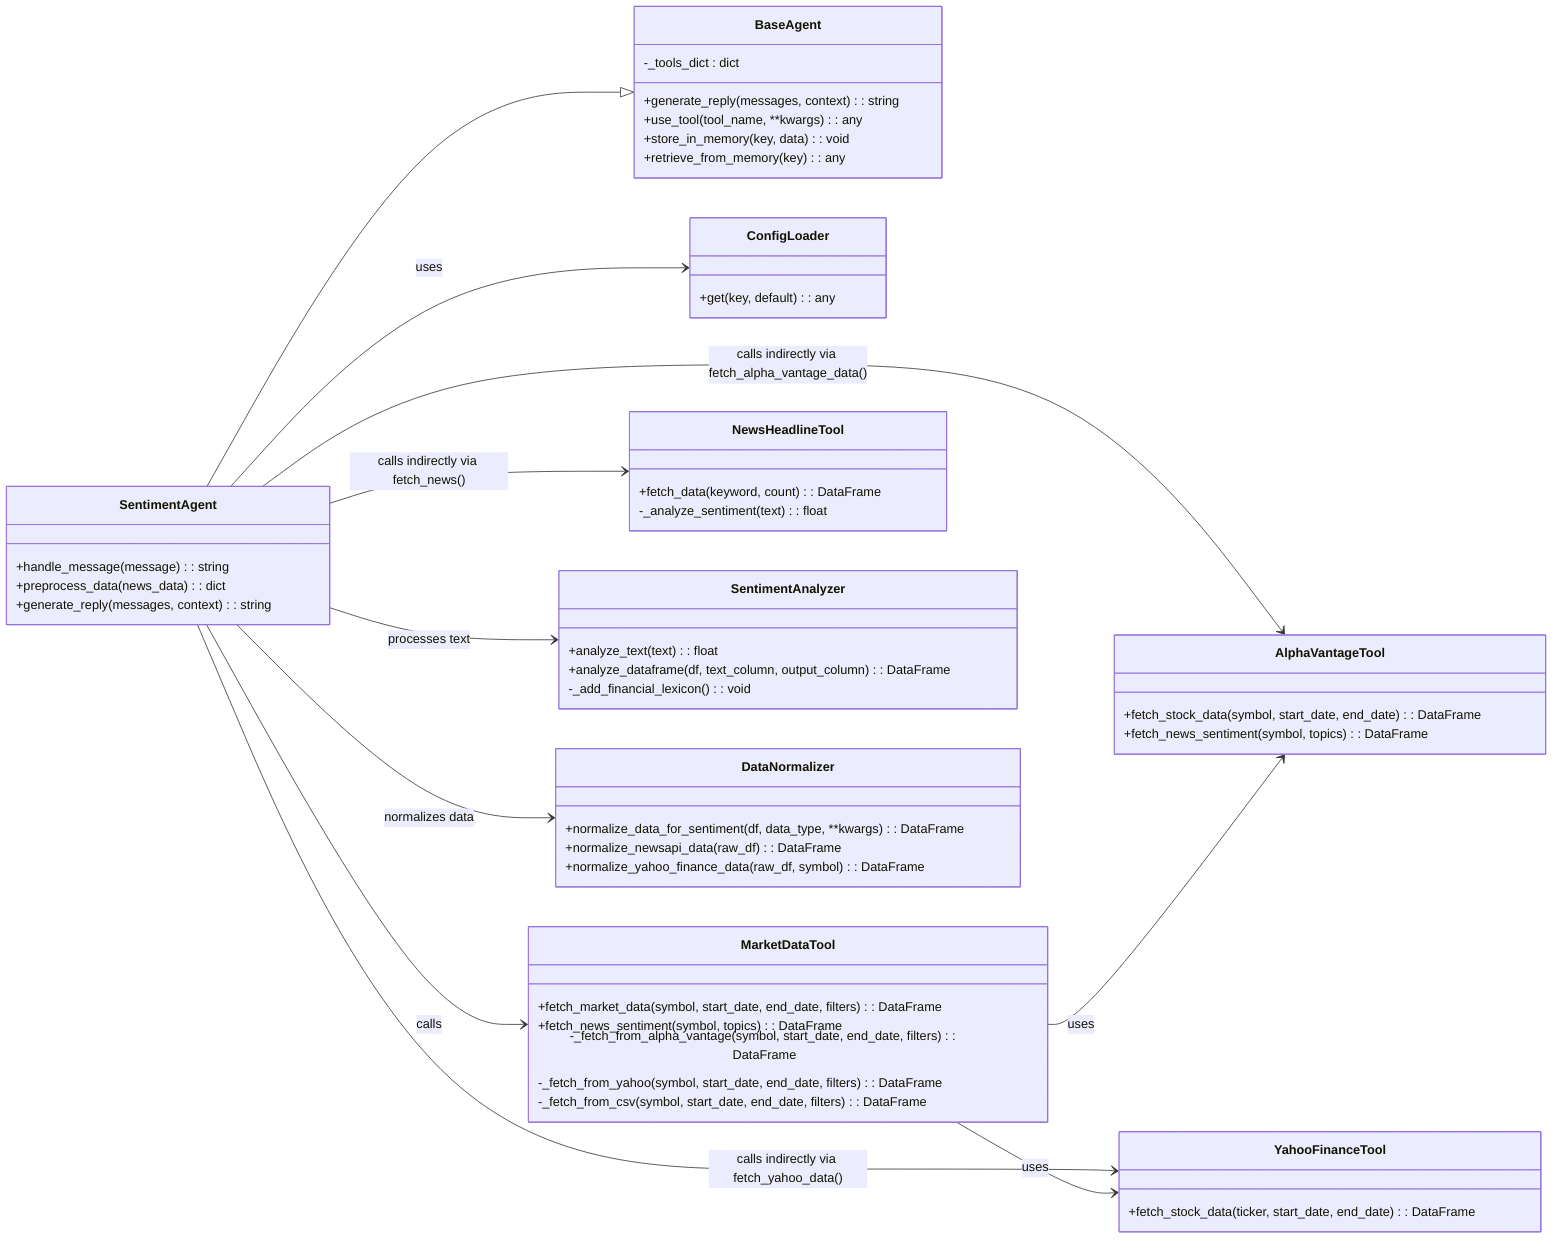
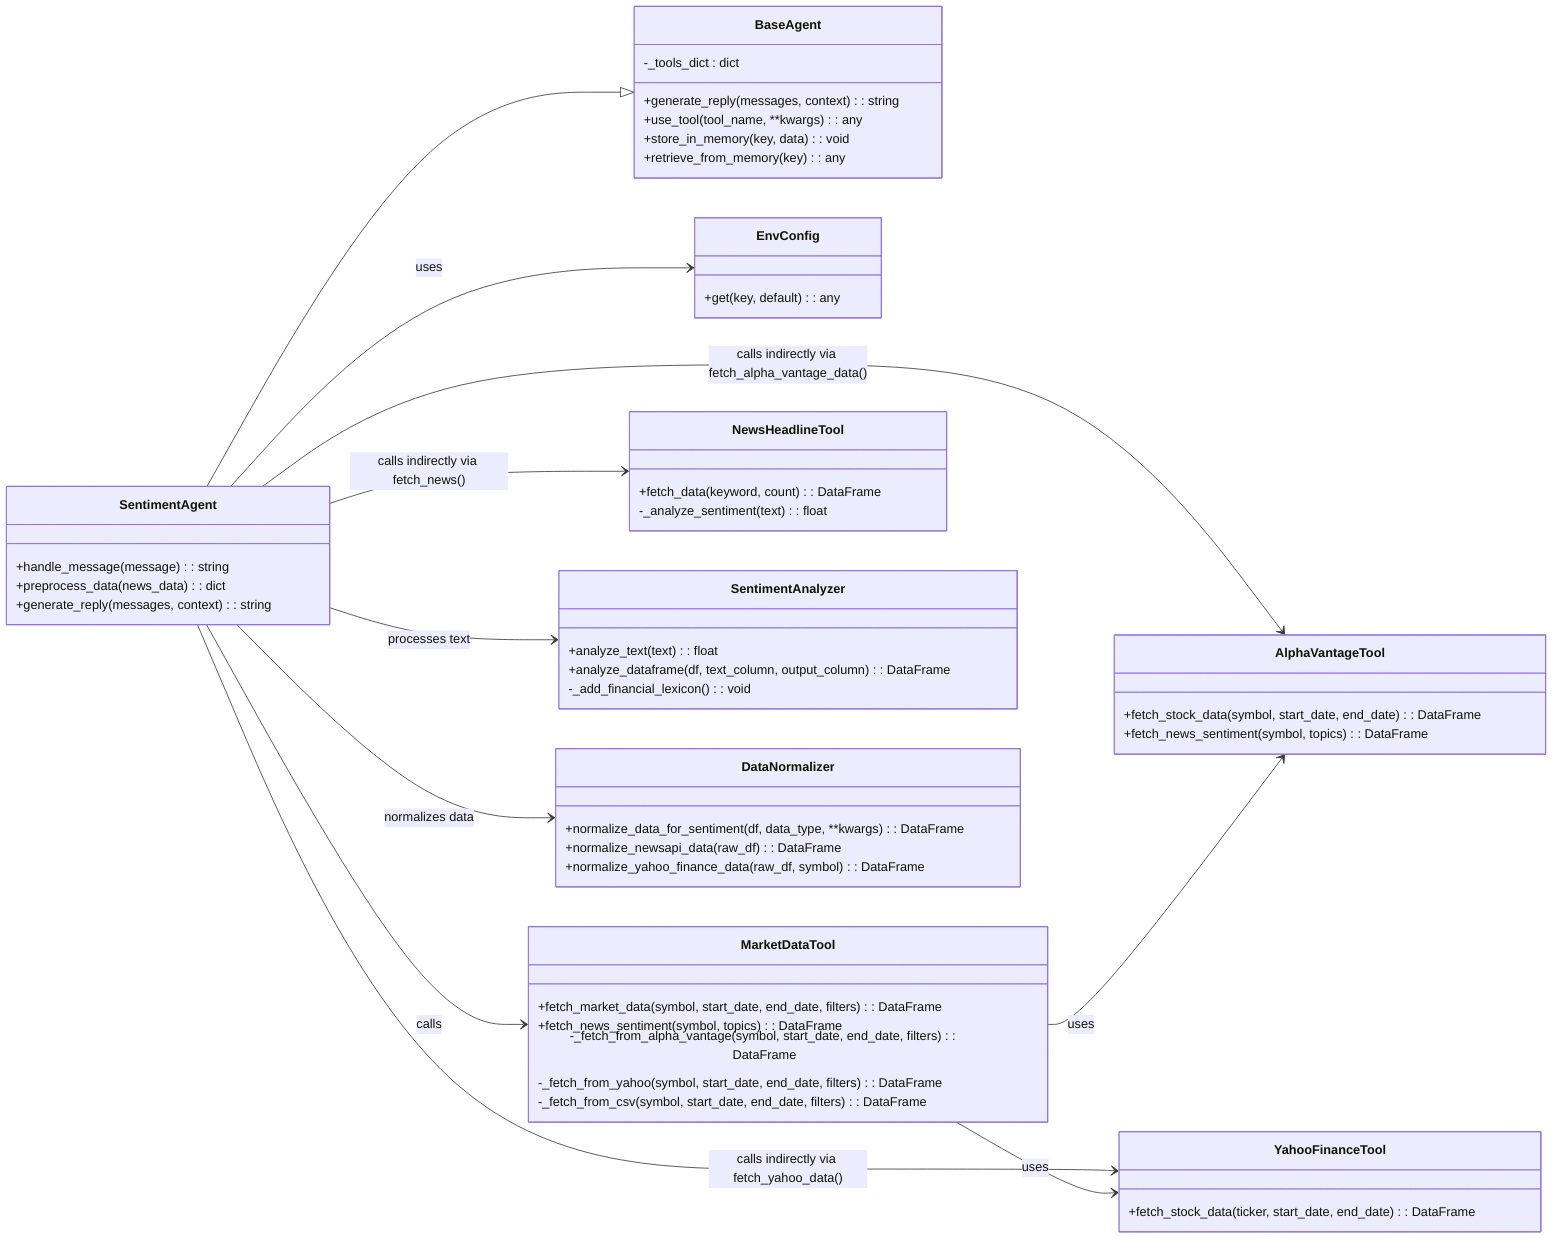
classDiagram
    direction LR

    %% Base Classes
    class BaseAgent {
      +generate_reply(messages, context) : string
      +use_tool(tool_name, **kwargs) : any
      +store_in_memory(key, data) : void
      +retrieve_from_memory(key) : any
      -_tools_dict : dict
    }

    class SentimentAgent {
      +handle_message(message) : string
      +preprocess_data(news_data) : dict
      +generate_reply(messages, context) : string
    }
    SentimentAgent --|> BaseAgent

    %% Tools and Utilities
-     class ConfigLoader {
+     class EnvConfig {
      +get(key, default) : any
    }

    class MarketDataTool {
      +fetch_market_data(symbol, start_date, end_date, filters) : DataFrame
      +fetch_news_sentiment(symbol, topics) : DataFrame
      -_fetch_from_alpha_vantage(symbol, start_date, end_date, filters) : DataFrame
      -_fetch_from_yahoo(symbol, start_date, end_date, filters) : DataFrame
      -_fetch_from_csv(symbol, start_date, end_date, filters) : DataFrame
    }

    class NewsHeadlineTool {
      +fetch_data(keyword, count) : DataFrame
      -_analyze_sentiment(text) : float
    }

    class YahooFinanceTool {
      +fetch_stock_data(ticker, start_date, end_date) : DataFrame
    }

    class AlphaVantageTool {
      +fetch_stock_data(symbol, start_date, end_date) : DataFrame
      +fetch_news_sentiment(symbol, topics) : DataFrame
    }

    class SentimentAnalyzer {
      +analyze_text(text) : float
      +analyze_dataframe(df, text_column, output_column) : DataFrame
      -_add_financial_lexicon() : void
    }

    class DataNormalizer {
      +normalize_data_for_sentiment(df, data_type, **kwargs) : DataFrame
      +normalize_newsapi_data(raw_df) : DataFrame
      +normalize_yahoo_finance_data(raw_df, symbol) : DataFrame
    }

    %% Relationships
-     SentimentAgent --> ConfigLoader : uses
+     SentimentAgent --> EnvConfig : uses
    SentimentAgent --> MarketDataTool : calls
    SentimentAgent --> NewsHeadlineTool : calls indirectly via fetch_news()
    SentimentAgent --> YahooFinanceTool : calls indirectly via fetch_yahoo_data()
    SentimentAgent --> AlphaVantageTool : calls indirectly via fetch_alpha_vantage_data()
    SentimentAgent --> SentimentAnalyzer : processes text
    SentimentAgent --> DataNormalizer : normalizes data

    %% For completeness, you can also show that MarketDataTool
    %% may compose/choose among different data sources.
    MarketDataTool --> AlphaVantageTool : uses
    MarketDataTool --> YahooFinanceTool : uses
